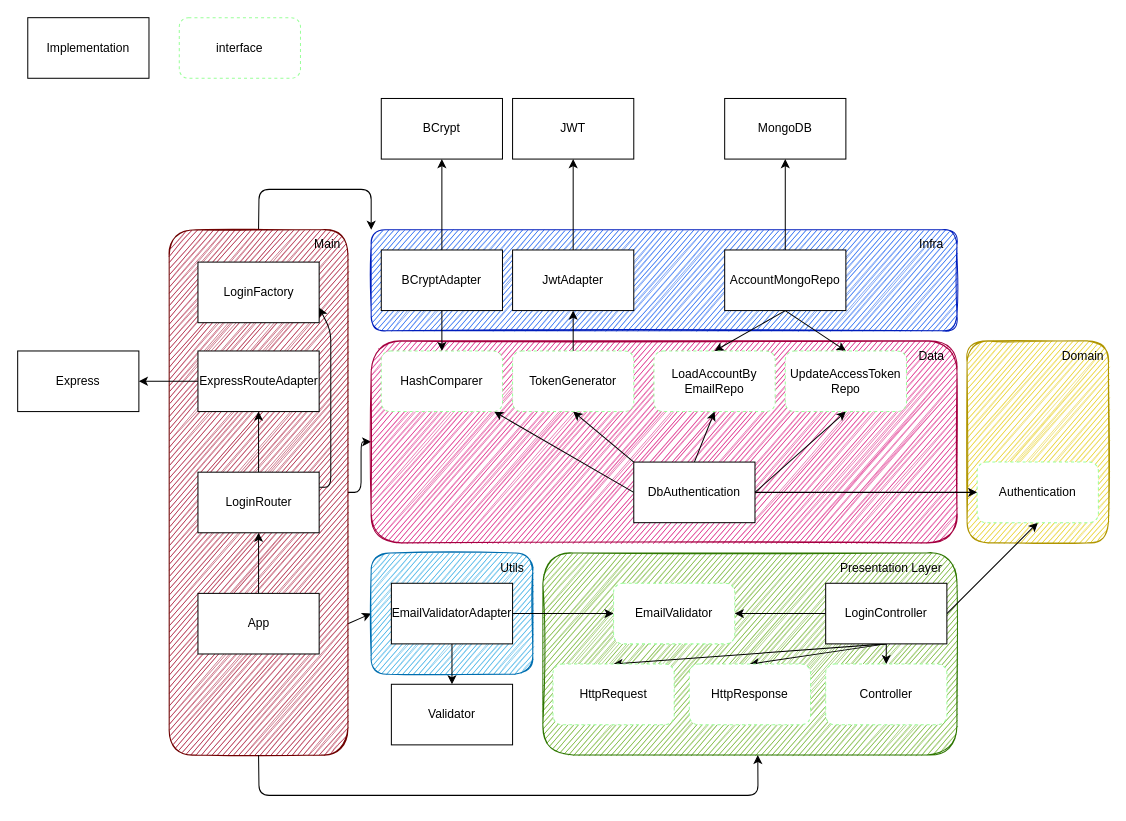
The draw.io diagram architecture/002 - Login Diagram.drawio in adannogueira/TDD-API, before the edit. Source tidied: cells renumbered, new cells numbered last; positions are measured from the earlier drawing's top-left corner, leaving out a move shared by most shapes. Both pictures are drawn from the tidied source at 101%, with x=0, y=0 at pixel (17, 17).
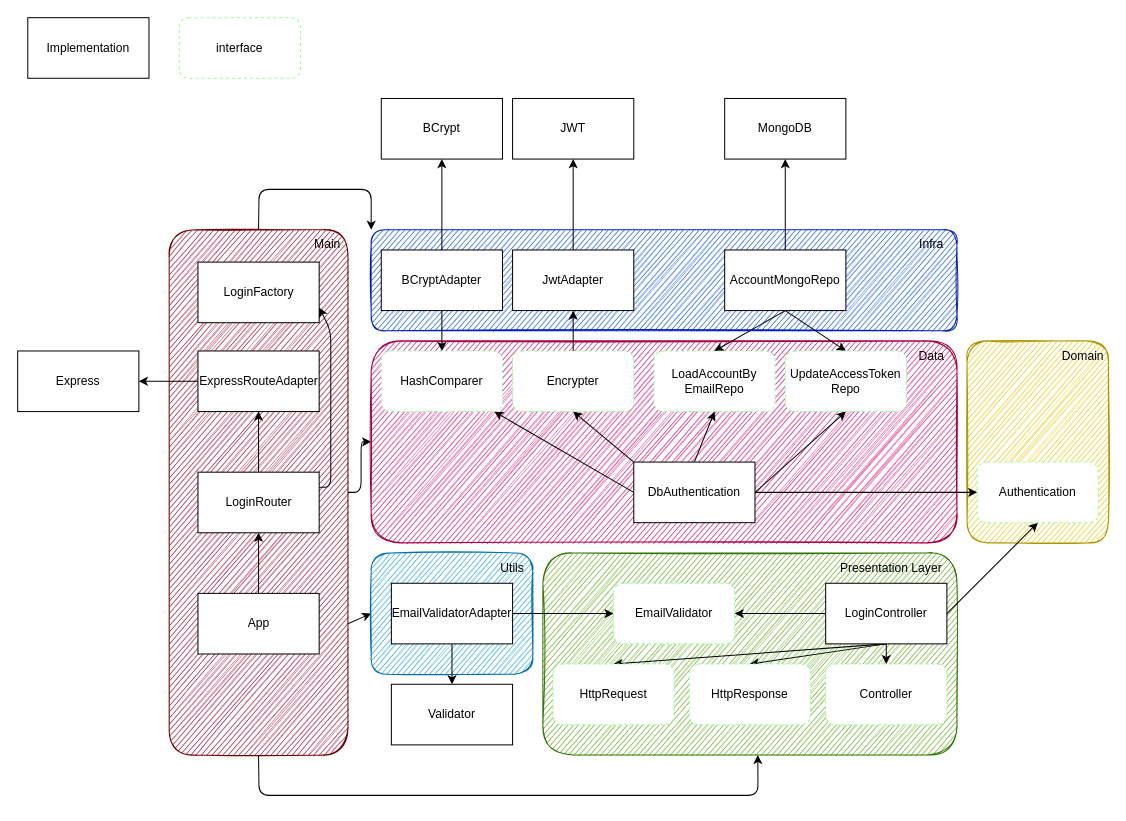
The same page after the edit.

Commit message (it also covers changes not shown here):
refactor: rename TokenGenerator to Encrypter

What changed in the source:
```diff
@@
-    <mxCell id="63" value="TokenGenerator" style="rounded=1;whiteSpace=wrap;html=1;dashed=1;glass=0;sketch=0;strokeColor=#99FF99;" parent="1" vertex="1">
+    <mxCell id="63" value="Encrypter" style="rounded=1;whiteSpace=wrap;html=1;dashed=1;glass=0;sketch=0;strokeColor=#99FF99;" parent="1" vertex="1">
       <mxGeometry x="490" y="330" width="120" height="60" as="geometry" />
     </mxCell>
```
